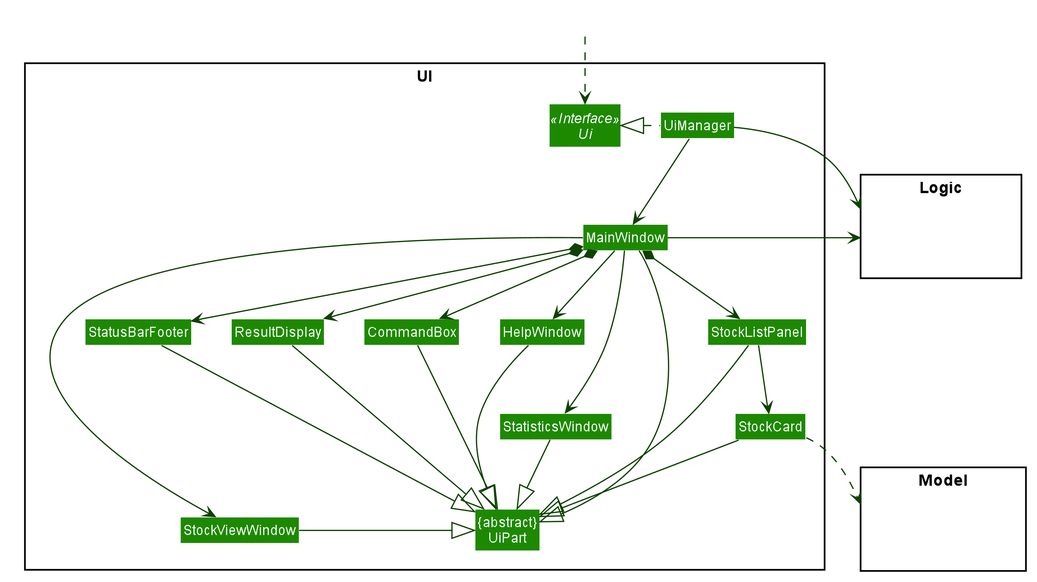
Before: docs/images/UiClassDiagram.png, a diagram exported from PlantUML (nus-cs2103-AY2021S1/tp).
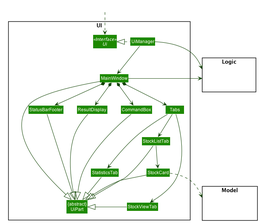
The same file after the commit.

Change to the diagram source:
```diff
@@ -56,14 +56,14 @@
 Class "{abstract}\nUiPart" as UiPart
 Class UiManager
 Class MainWindow
-Class HelpWindow
+Class Tabs
 Class ResultDisplay
-Class StockListPanel
+Class StockListTab
 Class StockCard
 Class StatusBarFooter
 Class CommandBox
-Class StatisticsWindow
-Class StockViewWindow
+Class StatisticsTab
+Class StockViewTab
 }
 
 package Model <<Rectangle>> {
@@ -79,33 +79,30 @@
 
 UiManager .left.|> Ui
 UiManager -down-> MainWindow
-MainWindow --> HelpWindow
+MainWindow *-down-> Tabs
 MainWindow *-down-> CommandBox
 MainWindow *-down-> ResultDisplay
-MainWindow *-down-> StockListPanel
 MainWindow *-down-> StatusBarFooter
-MainWindow -> StatisticsWindow
-MainWindow -> StockViewWindow
 
-StockListPanel -down-> StockCard
+Tabs -down-> StatisticsTab
+Tabs -down-> StockListTab
+Tabs -down-> StockViewTab
+
+StockListTab -down-> StockCard
 
 MainWindow -left-|> UiPart
 
 ResultDisplay --|> UiPart
 CommandBox --|> UiPart
-StockListPanel --|> UiPart
+StockListTab --|> UiPart
 StockCard --|> UiPart
 StatusBarFooter --|> UiPart
-HelpWindow -down-|> UiPart
-StatisticsWindow -down|> UiPart
-StockViewWindow -down|> UiPart
+StatisticsTab -down|> UiPart
+StockViewTab -down|> UiPart
 
 StockCard ..> Model
 UiManager -right-> Logic
 MainWindow -left-> Logic
-
-StockListPanel -[hidden]left- HelpWindow
-HelpWindow -[hidden]left- CommandBox
 CommandBox -[hidden]left- ResultDisplay
 ResultDisplay -[hidden]left- StatusBarFooter
 
```
